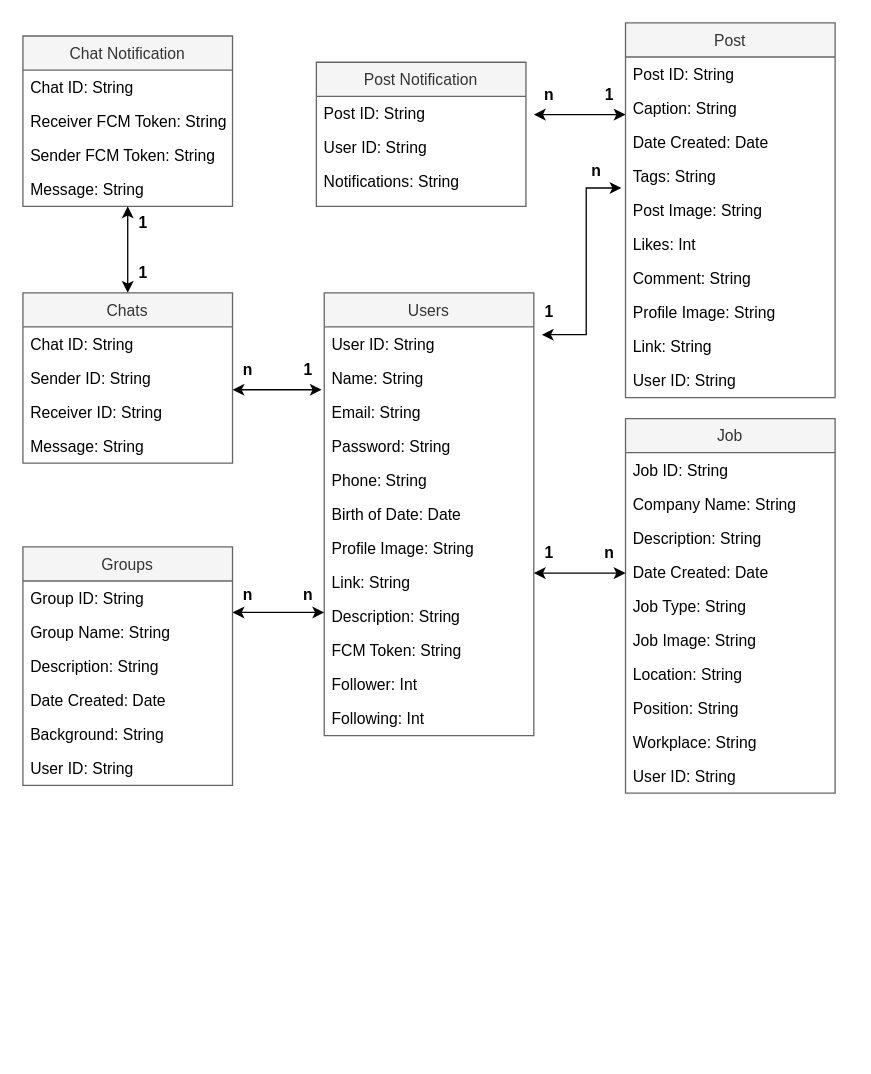
Before: JobSharing Class Diagram.drawio in lil-dua/JobSharing, a draw.io diagram. Source tidied: cells renumbered, new cells numbered last; positions are measured from the earlier drawing's top-left corner, leaving out a move shared by most shapes. Both pictures are drawn from the tidied source at 131%, with x=0, y=0 at pixel (22, 22).
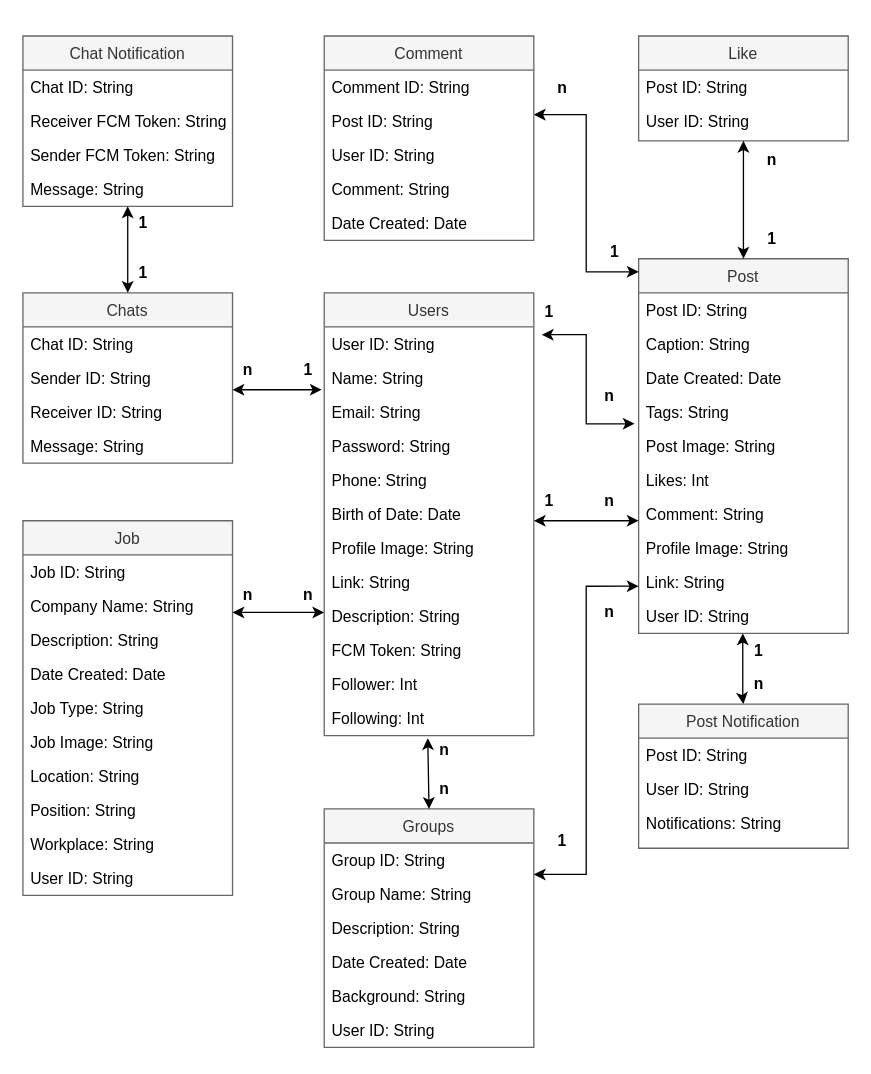
After the change.

Unchanged cells that the change refers to:
```xml
<mxCell id="3" value="User ID: String" style="text;align=left;verticalAlign=top;spacingLeft=4;spacingRight=4;overflow=hidden;points=[[0,0.5],[1,0.5]];portConstraint=eastwest;" parent="2" vertex="1">
  <mxGeometry y="26" width="160" height="26" as="geometry" />
</mxCell>
<mxCell id="14" value="Following: Int" style="text;align=left;verticalAlign=top;spacingLeft=4;spacingRight=4;overflow=hidden;points=[[0,0.5],[1,0.5]];portConstraint=eastwest;rounded=0;shadow=0;html=0;" parent="2" vertex="1">
  <mxGeometry y="312" width="160" height="26" as="geometry" />
</mxCell>
<mxCell id="19" value="Tags: String" style="text;align=left;verticalAlign=top;spacingLeft=4;spacingRight=4;overflow=hidden;points=[[0,0.5],[1,0.5]];portConstraint=eastwest;rounded=0;shadow=0;html=0;" parent="15" vertex="1">
  <mxGeometry y="104" width="160" height="26" as="geometry" />
</mxCell>
<mxCell id="24" value="Link: String" style="text;align=left;verticalAlign=top;spacingLeft=4;spacingRight=4;overflow=hidden;points=[[0,0.5],[1,0.5]];portConstraint=eastwest;rounded=0;shadow=0;html=0;" parent="15" vertex="1">
  <mxGeometry y="234" width="160" height="26" as="geometry" />
</mxCell>
```

What changed in the source:
```diff
@@
     <mxCell id="15" value="Post" style="swimlane;fontStyle=0;align=center;verticalAlign=top;horizontal=1;startSize=26;rounded=0;shadow=0;strokeWidth=1;fillColor=#f5f5f5;fontColor=#333333;strokeColor=#666666;" parent="1" vertex="1">
-      <mxGeometry x="460" width="160" height="286" as="geometry" />
+      <mxGeometry x="470" y="180" width="160" height="286" as="geometry" />
     </mxCell>
@@
     <mxCell id="26" value="Job" style="swimlane;fontStyle=0;align=center;verticalAlign=top;horizontal=1;startSize=26;rounded=0;shadow=0;strokeWidth=1;fillColor=#f5f5f5;fontColor=#333333;strokeColor=#666666;" parent="1" vertex="1">
-      <mxGeometry x="460" y="302" width="160" height="286" as="geometry" />
+      <mxGeometry y="380" width="160" height="286" as="geometry" />
     </mxCell>
@@
     <mxCell id="37" value="Groups" style="swimlane;fontStyle=0;align=center;verticalAlign=top;horizontal=1;startSize=26;rounded=0;shadow=0;strokeWidth=1;fillColor=#f5f5f5;fontColor=#333333;strokeColor=#666666;" parent="1" vertex="1">
-      <mxGeometry y="400" width="160" height="182" as="geometry" />
+      <mxGeometry x="230" y="600" width="160" height="182" as="geometry" />
     </mxCell>
@@
     <mxCell id="51" value="&lt;b&gt;n&lt;/b&gt;" style="text;html=1;strokeColor=none;fillColor=none;align=center;verticalAlign=middle;whiteSpace=wrap;rounded=0;" parent="1" vertex="1">
-      <mxGeometry x="426" y="98" width="24" height="30" as="geometry" />
+      <mxGeometry x="436" y="270" width="24" height="30" as="geometry" />
     </mxCell>
@@
-    <mxCell id="53" style="endArrow=classic;startArrow=classic;html=1;rounded=0;exitX=0;exitY=1;exitDx=0;exitDy=0;entryX=1;entryY=1;entryDx=0;entryDy=0;" parent="1" edge="1" source="55" target="56">
-      <mxGeometry relative="1" as="geometry" />
+    <mxCell id="53" style="endArrow=classic;startArrow=classic;html=1;rounded=0;exitX=0;exitY=1;exitDx=0;exitDy=0;" parent="1" edge="1" source="55">
+      <mxGeometry relative="1" as="geometry">
+        <mxPoint x="470" y="380" as="targetPoint" />
+      </mxGeometry>
     </mxCell>
     <mxCell id="54" style="endArrow=classic;startArrow=classic;html=1;rounded=0;exitX=1.038;exitY=0.231;exitDx=0;exitDy=0;exitPerimeter=0;entryX=-0.019;entryY=0.846;entryDx=0;entryDy=0;entryPerimeter=0;" parent="1" edge="1" source="3" target="19">
       <mxGeometry relative="1" as="geometry">
         <Array as="points">
           <mxPoint x="430" y="238" />
-          <mxPoint x="430" y="126" />
+          <mxPoint x="430" y="306" />
         </Array>
       </mxGeometry>
     </mxCell>
     <mxCell id="55" value="&lt;b&gt;1&lt;/b&gt;" style="text;html=1;strokeColor=none;fillColor=none;align=center;verticalAlign=middle;whiteSpace=wrap;rounded=0;" parent="1" vertex="1">
-      <mxGeometry x="390" y="390" width="24" height="30" as="geometry" />
+      <mxGeometry x="390" y="350" width="24" height="30" as="geometry" />
     </mxCell>
     <mxCell id="56" value="&lt;b&gt;n&lt;/b&gt;" style="text;html=1;strokeColor=none;fillColor=none;align=center;verticalAlign=middle;whiteSpace=wrap;rounded=0;" parent="1" vertex="1">
-      <mxGeometry x="436" y="390" width="24" height="30" as="geometry" />
+      <mxGeometry x="436" y="350" width="24" height="30" as="geometry" />
     </mxCell>
     <mxCell id="57" value="Post Notification" style="swimlane;fontStyle=0;align=center;verticalAlign=top;horizontal=1;startSize=26;rounded=0;shadow=0;strokeWidth=1;fillColor=#f5f5f5;fontColor=#333333;strokeColor=#666666;" parent="1" vertex="1">
-      <mxGeometry x="224" y="30" width="160" height="110" as="geometry" />
+      <mxGeometry x="470" y="520" width="160" height="110" as="geometry" />
     </mxCell>
@@
-    <mxCell id="72" style="endArrow=classic;startArrow=classic;html=1;rounded=0;exitX=1;exitY=0.5;exitDx=0;exitDy=0;entryX=0;entryY=0.5;entryDx=0;entryDy=0;" parent="1" edge="1">
+    <mxCell id="72" style="endArrow=classic;startArrow=classic;html=1;rounded=0;exitX=1;exitY=0.5;exitDx=0;exitDy=0;" parent="1" edge="1">
       <mxGeometry relative="1" as="geometry">
         <mxPoint x="390" y="70" as="sourcePoint" />
-        <mxPoint x="460" y="70" as="targetPoint" />
+        <mxPoint x="470" y="190" as="targetPoint" />
+        <Array as="points">
+          <mxPoint x="430" y="70" />
+          <mxPoint x="430" y="190" />
+        </Array>
       </mxGeometry>
     </mxCell>
     <mxCell id="73" value="&lt;b&gt;1&lt;/b&gt;" style="text;html=1;strokeColor=none;fillColor=none;align=center;verticalAlign=middle;whiteSpace=wrap;rounded=0;" parent="1" vertex="1">
-      <mxGeometry x="436" y="40" width="24" height="30" as="geometry" />
+      <mxGeometry x="560" y="150" width="24" height="30" as="geometry" />
     </mxCell>
     <mxCell id="74" value="&lt;b&gt;n&lt;/b&gt;" style="text;html=1;strokeColor=none;fillColor=none;align=center;verticalAlign=middle;whiteSpace=wrap;rounded=0;" parent="1" vertex="1">
-      <mxGeometry x="390" y="40" width="24" height="30" as="geometry" />
+      <mxGeometry x="560" y="90" width="24" height="30" as="geometry" />
     </mxCell>
@@
+    <mxCell id="76" value="Comment" style="swimlane;fontStyle=0;align=center;verticalAlign=top;horizontal=1;startSize=26;rounded=0;shadow=0;strokeWidth=1;fillColor=#f5f5f5;fontColor=#333333;strokeColor=#666666;" parent="1" vertex="1">
+      <mxGeometry x="230" y="10" width="160" height="156" as="geometry" />
+    </mxCell>
+    <mxCell id="77" value="Comment ID: String" style="text;align=left;verticalAlign=top;spacingLeft=4;spacingRight=4;overflow=hidden;" parent="76" vertex="1">
+      <mxGeometry y="26" width="160" height="26" as="geometry" />
+    </mxCell>
+    <mxCell id="78" value="Post ID: String" style="text;align=left;verticalAlign=top;spacingLeft=4;spacingRight=4;overflow=hidden;" parent="76" vertex="1">
+      <mxGeometry y="52" width="160" height="26" as="geometry" />
+    </mxCell>
+    <mxCell id="79" value="User ID: String" style="text;align=left;verticalAlign=top;spacingLeft=4;spacingRight=4;overflow=hidden;" parent="76" vertex="1">
+      <mxGeometry y="78" width="160" height="26" as="geometry" />
+    </mxCell>
+    <mxCell id="80" value="Comment: String" style="text;align=left;verticalAlign=top;spacingLeft=4;spacingRight=4;overflow=hidden;" parent="76" vertex="1">
+      <mxGeometry y="104" width="160" height="26" as="geometry" />
+    </mxCell>
+    <mxCell id="81" value="Date Created: Date" style="text;align=left;verticalAlign=top;spacingLeft=4;spacingRight=4;overflow=hidden;rounded=0;shadow=0;html=0;" parent="76" vertex="1">
+      <mxGeometry y="130" width="160" height="26" as="geometry" />
+    </mxCell>
+    <mxCell id="82" value="Like" style="swimlane;fontStyle=0;align=center;verticalAlign=top;horizontal=1;startSize=26;rounded=0;shadow=0;strokeWidth=1;fillColor=#f5f5f5;fontColor=#333333;strokeColor=#666666;" parent="1" vertex="1">
+      <mxGeometry x="470" y="10" width="160" height="80" as="geometry" />
+    </mxCell>
+    <mxCell id="83" value="Post ID: String&#10;" style="text;align=left;verticalAlign=top;spacingLeft=4;spacingRight=4;overflow=hidden;" parent="82" vertex="1">
+      <mxGeometry y="26" width="160" height="26" as="geometry" />
+    </mxCell>
+    <mxCell id="84" value="User ID: String" style="text;align=left;verticalAlign=top;spacingLeft=4;spacingRight=4;overflow=hidden;" parent="82" vertex="1">
+      <mxGeometry y="52" width="160" height="26" as="geometry" />
+    </mxCell>
+    <mxCell id="85" style="endArrow=classic;startArrow=classic;html=1;rounded=0;exitX=0.5;exitY=1;exitDx=0;exitDy=0;entryX=0.5;entryY=0;entryDx=0;entryDy=0;" parent="1" edge="1" source="82" target="15">
+      <mxGeometry relative="1" as="geometry">
+        <Array as="points">
+          <mxPoint x="550" y="140" />
+        </Array>
+      </mxGeometry>
+    </mxCell>
+    <mxCell id="86" value="&lt;b&gt;n&lt;/b&gt;" style="text;html=1;strokeColor=none;fillColor=none;align=center;verticalAlign=middle;whiteSpace=wrap;rounded=0;" parent="1" vertex="1">
+      <mxGeometry x="400" y="35" width="24" height="30" as="geometry" />
+    </mxCell>
+    <mxCell id="87" value="&lt;b&gt;1&lt;/b&gt;" style="text;html=1;strokeColor=none;fillColor=none;align=center;verticalAlign=middle;whiteSpace=wrap;rounded=0;" parent="1" vertex="1">
+      <mxGeometry x="440" y="160" width="24" height="30" as="geometry" />
+    </mxCell>
+    <mxCell id="88" style="endArrow=classic;startArrow=classic;html=1;rounded=0;exitX=0.494;exitY=1.077;exitDx=0;exitDy=0;entryX=0.5;entryY=0;entryDx=0;entryDy=0;exitPerimeter=0;" parent="1" edge="1" source="14" target="37">
+      <mxGeometry x="1" y="-439" relative="1" as="geometry">
+        <mxPoint x="219" y="380" as="offset" />
+      </mxGeometry>
+    </mxCell>
+    <mxCell id="89" value="&lt;b&gt;n&lt;/b&gt;" style="text;html=1;strokeColor=none;fillColor=none;align=center;verticalAlign=middle;whiteSpace=wrap;rounded=0;" parent="1" vertex="1">
+      <mxGeometry x="310" y="570" width="24" height="30" as="geometry" />
+    </mxCell>
+    <mxCell id="90" value="&lt;b&gt;n&lt;/b&gt;" style="text;html=1;strokeColor=none;fillColor=none;align=center;verticalAlign=middle;whiteSpace=wrap;rounded=0;" parent="1" vertex="1">
+      <mxGeometry x="310" y="540" width="24" height="30" as="geometry" />
+    </mxCell>
+    <mxCell id="91" style="endArrow=classic;startArrow=classic;html=1;rounded=0;exitX=0.5;exitY=1;exitDx=0;exitDy=0;" parent="1" edge="1">
+      <mxGeometry x="1" y="280" relative="1" as="geometry">
+        <mxPoint x="549.5" y="466" as="sourcePoint" />
+        <mxPoint x="550" y="520" as="targetPoint" />
+        <Array as="points">
+          <mxPoint x="549.5" y="516" />
+        </Array>
+        <mxPoint x="-280" y="280" as="offset" />
+      </mxGeometry>
+    </mxCell>
+    <mxCell id="92" value="&lt;b&gt;1&lt;/b&gt;" style="text;html=1;strokeColor=none;fillColor=none;align=center;verticalAlign=middle;whiteSpace=wrap;rounded=0;" parent="1" vertex="1">
+      <mxGeometry x="550" y="464.5" width="24" height="30" as="geometry" />
+    </mxCell>
+    <mxCell id="93" value="&lt;b&gt;n&lt;/b&gt;" style="text;html=1;strokeColor=none;fillColor=none;align=center;verticalAlign=middle;whiteSpace=wrap;rounded=0;" parent="1" vertex="1">
+      <mxGeometry x="550" y="490" width="24" height="30" as="geometry" />
+    </mxCell>
+    <mxCell id="94" style="endArrow=classic;startArrow=classic;html=1;rounded=0;exitX=0;exitY=1;exitDx=0;exitDy=0;entryX=0;entryY=0.615;entryDx=0;entryDy=0;entryPerimeter=0;" parent="1" edge="1" target="24">
+      <mxGeometry relative="1" as="geometry">
+        <mxPoint x="390" y="650" as="sourcePoint" />
+        <Array as="points">
+          <mxPoint x="430" y="650" />
+          <mxPoint x="430" y="430" />
+        </Array>
+      </mxGeometry>
+    </mxCell>
+    <mxCell id="95" value="&lt;b&gt;n&lt;/b&gt;" style="text;html=1;strokeColor=none;fillColor=none;align=center;verticalAlign=middle;whiteSpace=wrap;rounded=0;" parent="1" vertex="1">
+      <mxGeometry x="436" y="434.5" width="24" height="30" as="geometry" />
+    </mxCell>
+    <mxCell id="96" value="&lt;b&gt;1&lt;/b&gt;" style="text;html=1;strokeColor=none;fillColor=none;align=center;verticalAlign=middle;whiteSpace=wrap;rounded=0;" parent="1" vertex="1">
+      <mxGeometry x="400" y="610" width="24" height="30" as="geometry" />
+    </mxCell>
```
